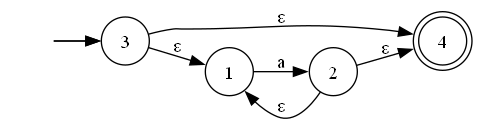
Earlier version of the Graphviz export automata.gv.png (donmatthiuz/Laboratorios_Teoria_Computacion-). Its source is kept beside it as automata.gv.
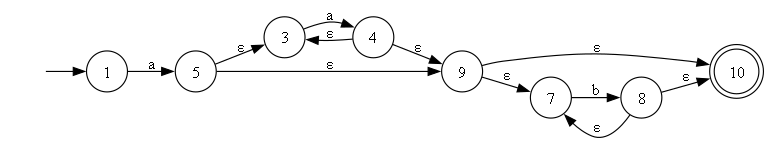
Above is the later version.

What changed in the source:
```diff
@@ -1,15 +1,19 @@
 digraph finite_state_machine {
 	rankdir=LR size="8,5"
 	node [shape=doublecircle]
-	4
+	10
 	node [shape=circle]
 	"" [style=invis]
-	"" -> 3
-	3 -> 1 [label="ε"]
-	2 -> 1 [label="ε"]
-	2 -> 4 [label="ε"]
-	"" [style=invis]
-	"" -> 3
-	3 -> 4 [label="ε"]
-	1 -> 2 [label=a]
+	"" -> 1
+	1 -> 5 [label=a]
+	5 -> 3 [label="ε"]
+	4 -> 3 [label="ε"]
+	4 -> 9 [label="ε"]
+	5 -> 9 [label="ε"]
+	3 -> 4 [label=a]
+	9 -> 7 [label="ε"]
+	8 -> 7 [label="ε"]
+	8 -> 10 [label="ε"]
+	9 -> 10 [label="ε"]
+	7 -> 8 [label=b]
 }
```
